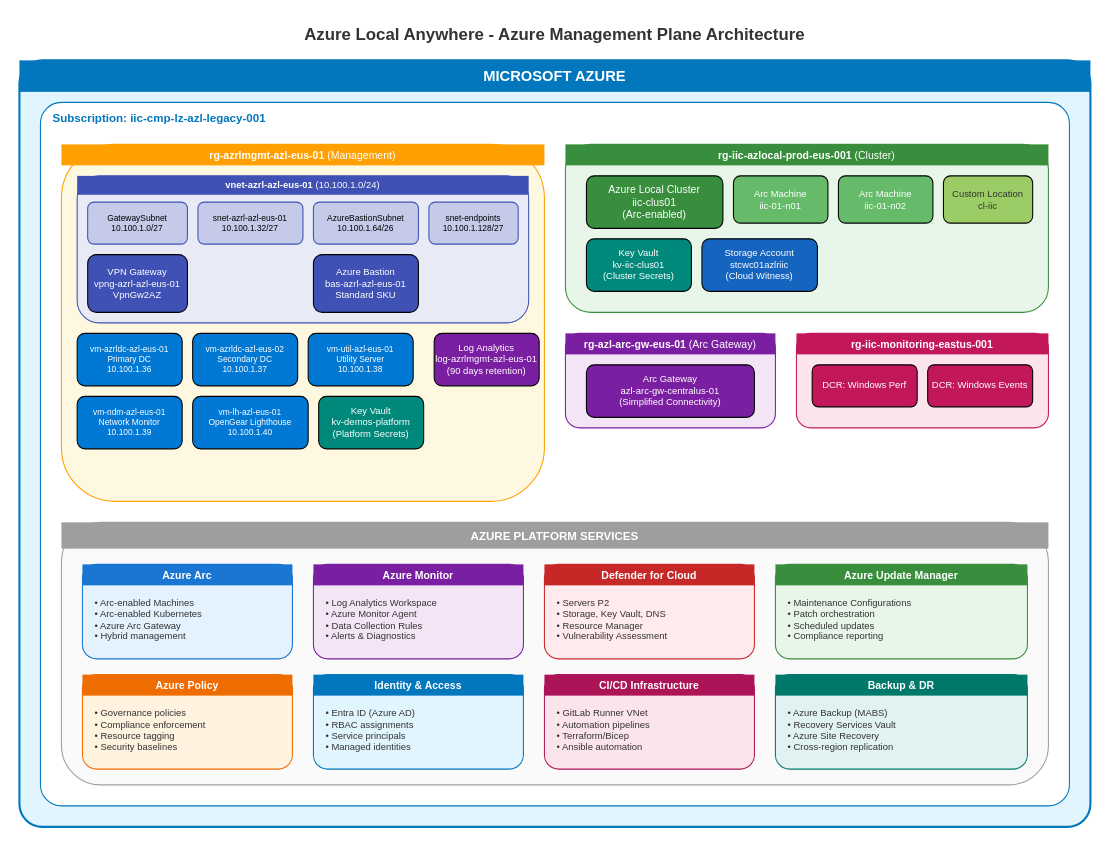
The draw.io diagram docs/assets/diagrams/hld/azure-local-anywhere-management.drawio in AzureLocal/azurelocal.github.io, before the edit. Source tidied: cells renumbered, new cells numbered last; positions are measured from the earlier drawing's top-left corner, leaving out a move shared by most shapes. Both pictures are drawn from the tidied source at 105%, with x=0, y=0 at pixel (19, 18).
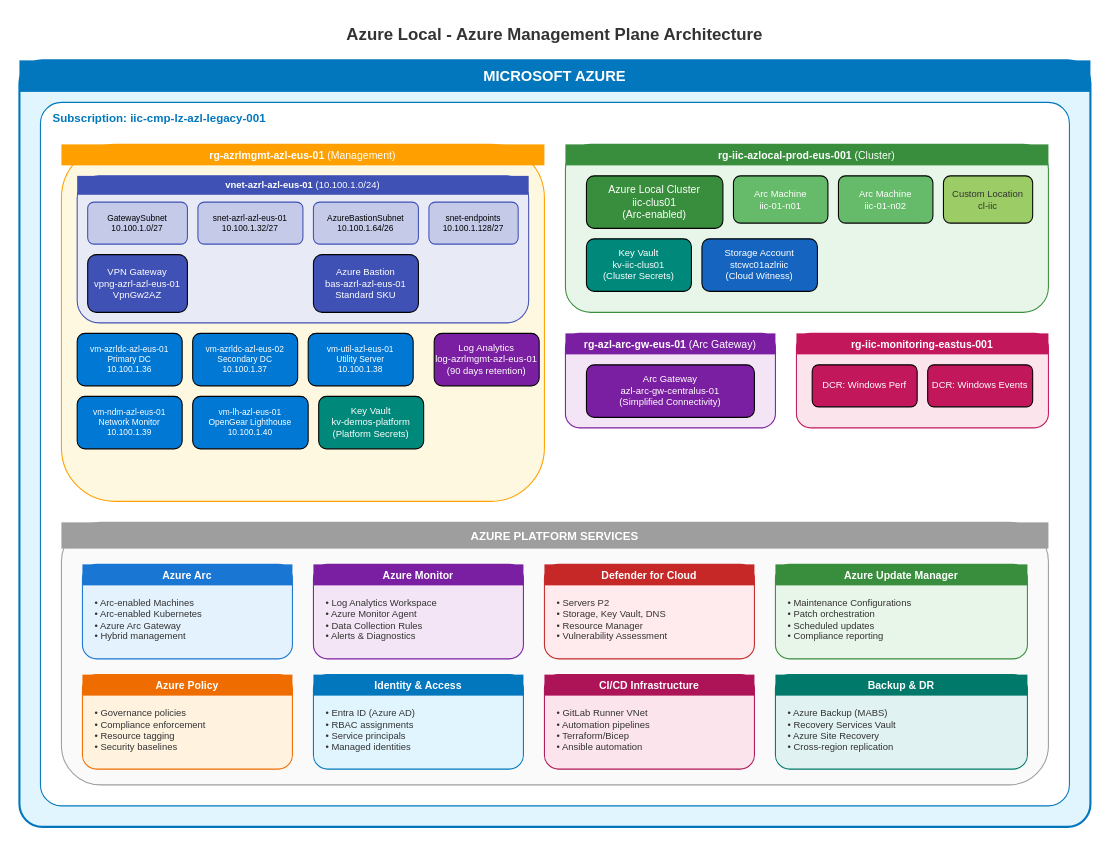
After the change.

The edit, as a diff of the source:
```diff
@@
-    <mxCell id="2" value="&lt;b&gt;Azure Local Anywhere - Azure Management Plane Architecture&lt;/b&gt;" style="text;html=1;strokeColor=none;fillColor=none;align=center;verticalAlign=middle;whiteSpace=wrap;rounded=0;fontSize=16;fontColor=#333333;" parent="1" vertex="1">
+    <mxCell id="2" value="&lt;b&gt;Azure Local - Azure Management Plane Architecture&lt;/b&gt;" style="text;html=1;strokeColor=none;fillColor=none;align=center;verticalAlign=middle;whiteSpace=wrap;rounded=0;fontSize=16;fontColor=#333333;" parent="1" vertex="1">
       <mxGeometry x="210" width="600" height="30" as="geometry" />
     </mxCell>
```
